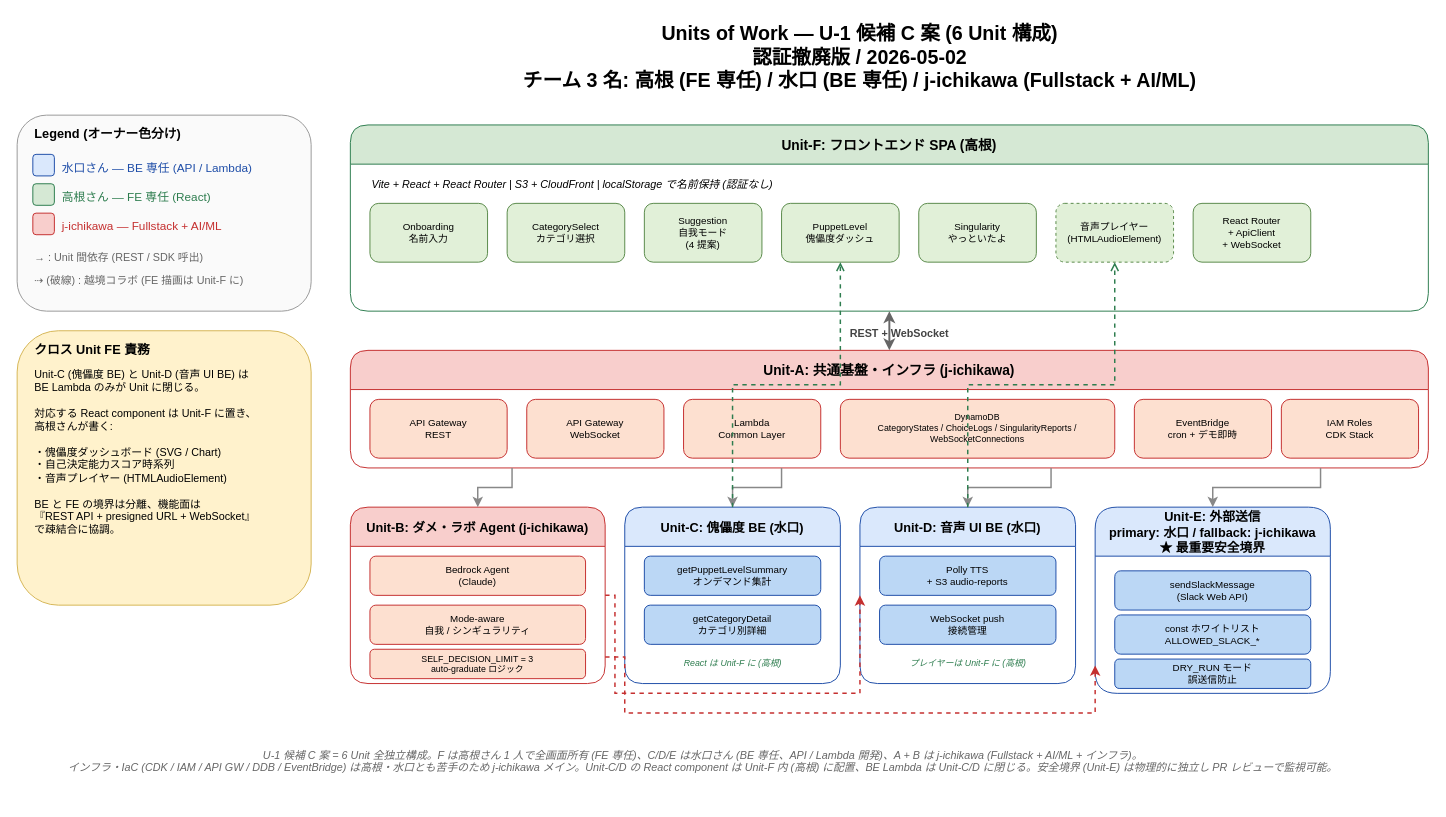
This is aidlc-docs/inception/application-design/unit-of-work.drawio from is-tech-lab/team-dlc-dame-labo-corporation, a draw.io file, before an edit. Source tidied: cells renumbered, new cells numbered last; positions are measured from the earlier drawing's top-left corner, leaving out a move shared by most shapes. Both pictures are drawn from the tidied source at 98%, with x=0, y=0 at pixel (17, 17).
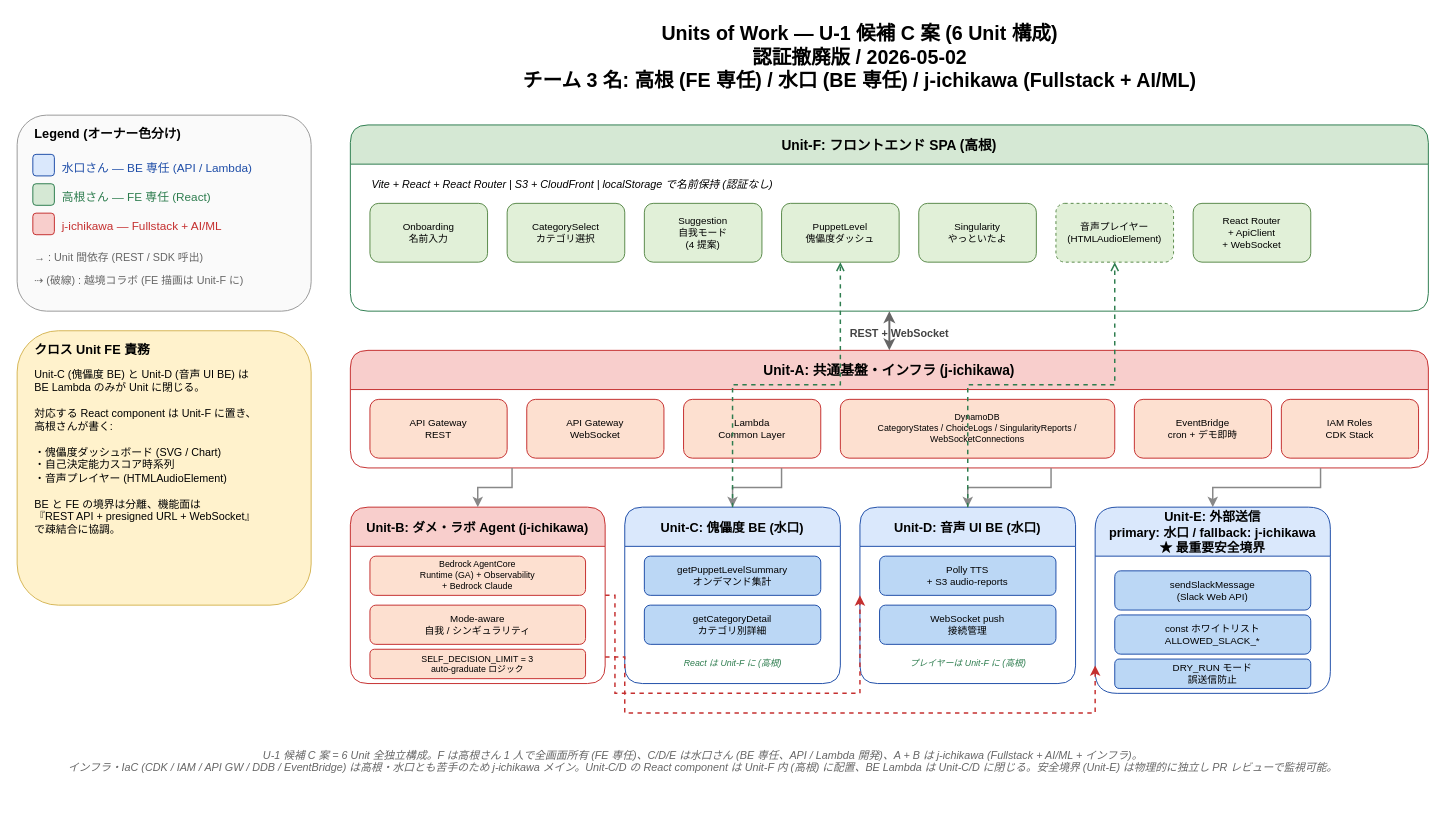
The same diagram, later.

Unchanged cells that the change refers to:
```xml
<mxCell id="32" value="Unit-B: ダメ・ラボ Agent (j-ichikawa)" style="swimlane;startSize=40;fillColor=#f8cecc;strokeColor=#c53030;fontSize=13;fontStyle=1;rounded=1;" parent="1" vertex="1">
  <mxGeometry x="340" y="500" width="260" height="180" as="geometry" />
</mxCell>
```

The edit, as a diff of the source:
```diff
@@
-    <mxCell id="33" value="Bedrock Agent&#10;(Claude)" style="rounded=1;fillColor=#fde0d0;strokeColor=#c53030;whiteSpace=wrap;fontSize=10;" parent="32" vertex="1">
+    <mxCell id="33" value="Bedrock AgentCore&#10;Runtime (GA) + Observability&#10;+ Bedrock Claude" style="rounded=1;fillColor=#fde0d0;strokeColor=#c53030;whiteSpace=wrap;fontSize=9;" parent="32" vertex="1">
       <mxGeometry x="20" y="50" width="220" height="40" as="geometry" />
     </mxCell>
```
